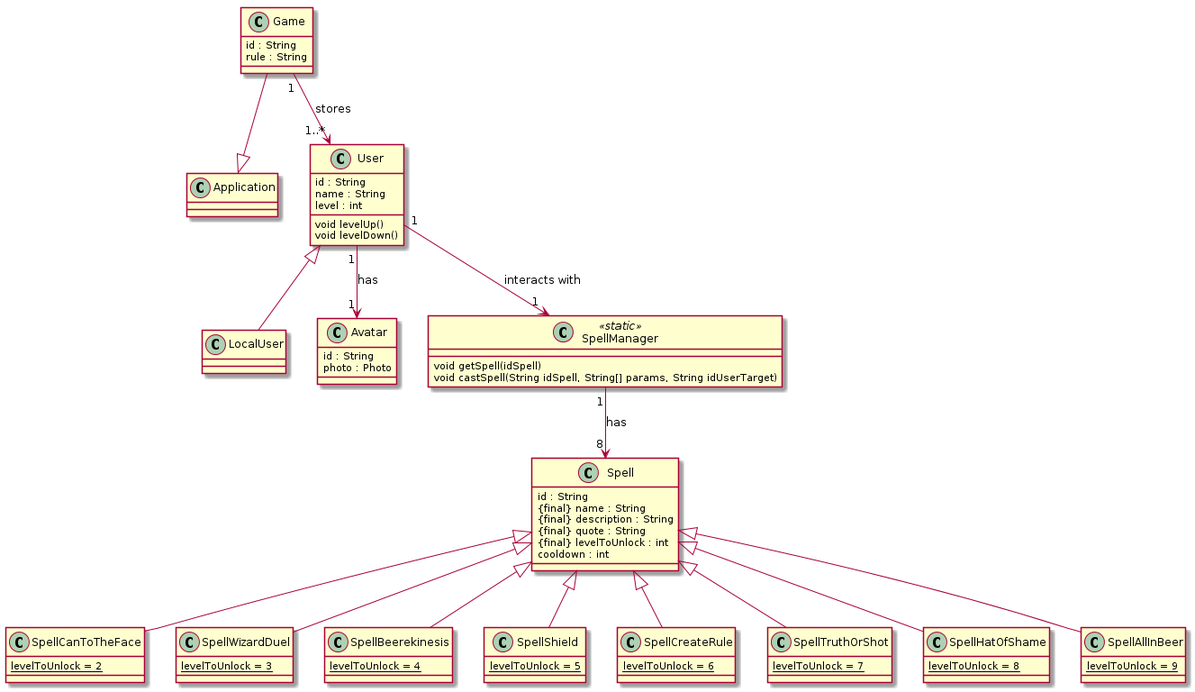
Solero93/Beer-Wizard keeps this PlantUML diagram as diagrams/class_diagram/classes.png. Above is the earlier version.
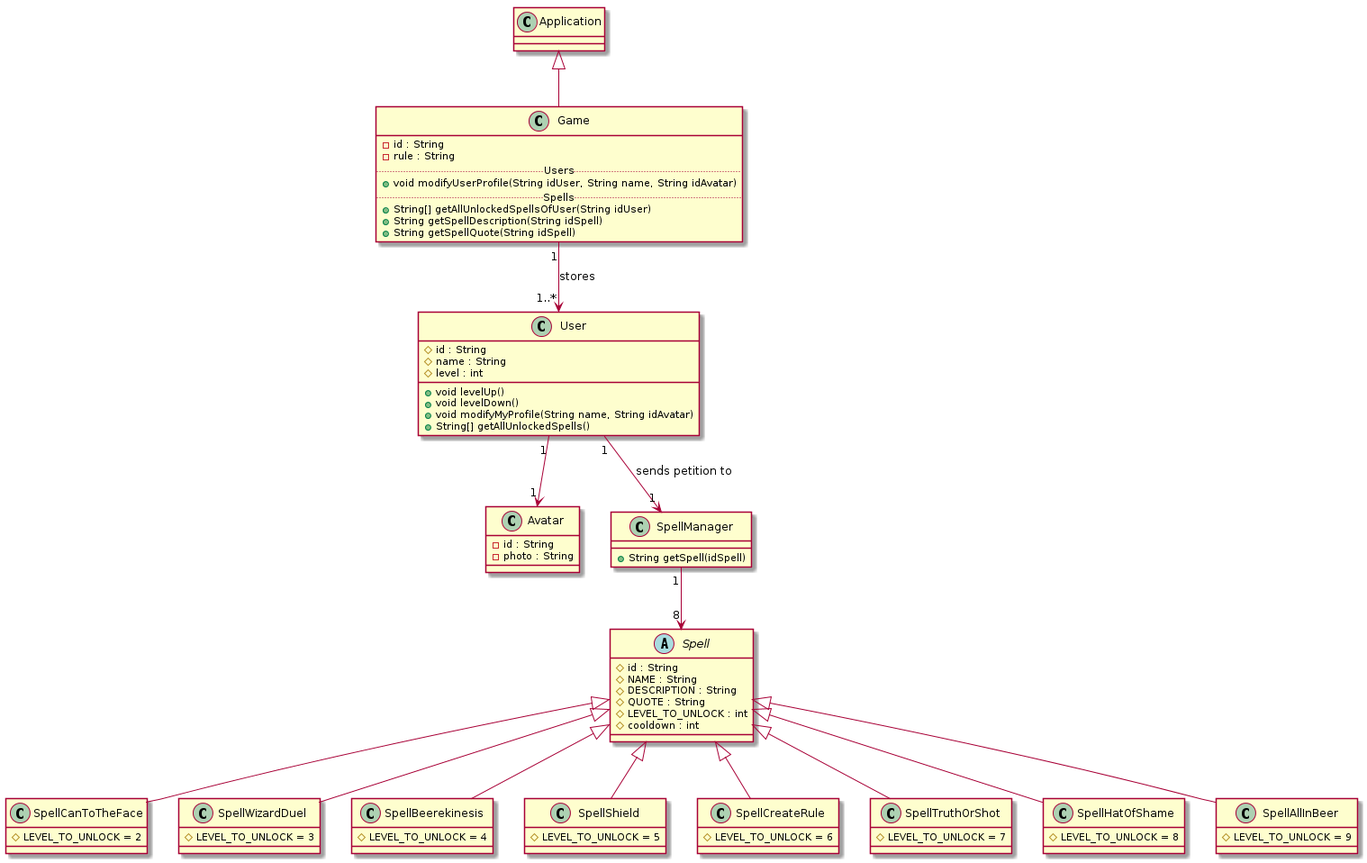
The same diagram one commit later.

Commit message:
Changed Class Diagram, added GUIFacade

The edit, as a diff of the source:
```diff
@@ -1,79 +1,80 @@
 @startuml
 
-class Game{
-	id : String
-	rule : String
+class Game extends Application{
+	-id : String
+	-rule : String
+	.. Users ..
+	+void modifyUserProfile(String idUser, String name, String idAvatar)
+	.. Spells ..
+	+String[] getAllUnlockedSpellsOfUser(String idUser)
+	+String getSpellDescription(String idSpell)
+	+String getSpellQuote(String idSpell)
 }
 
-Game --|> Application
+class User{
+	#id : String
+	#name : String
+	#level : int
 
-class User{
-	id : String
-	name : String
-	level : int
-
-	void levelUp()
-	void levelDown()
-}
-
-class LocalUser extends User{
-
+	+void levelUp()
+	+void levelDown()
+	+void modifyMyProfile(String name, String idAvatar)
+	+String[] getAllUnlockedSpells()
 }
 
 class Avatar{
-	id : String
-	photo : Photo
+	-id : String
+	-photo : String
 }
 
-class SpellManager <<static>> {
-	void getSpell(idSpell)
-	void castSpell(String idSpell, String[] params, String idUserTarget)
+class SpellManager {
+	+String getSpell(idSpell)
 }
 
-class Spell{
-	id : String
-	{final} name : String
-	{final} description : String
-	{final} quote : String
-	{final} levelToUnlock : int
-	cooldown : int
+abstract class Spell{
+	#id : String
+	#NAME : String
+	#DESCRIPTION : String
+	#QUOTE : String
+	#LEVEL_TO_UNLOCK : int
+	#cooldown : int
 }
 
 class SpellCanToTheFace extends Spell{
-	{static} levelToUnlock = 2
+	#LEVEL_TO_UNLOCK = 2
 }
 
 class SpellWizardDuel extends Spell{
-	{static} levelToUnlock = 3
+	#LEVEL_TO_UNLOCK = 3
 }
 
 class SpellBeerekinesis extends Spell{
-	{static} levelToUnlock = 4
+	#LEVEL_TO_UNLOCK = 4
 }
 
 class SpellShield extends Spell{
-	{static} levelToUnlock = 5
+	#LEVEL_TO_UNLOCK = 5
 }
 
 class SpellCreateRule extends Spell{
-	{static} levelToUnlock = 6
+	#LEVEL_TO_UNLOCK = 6
 }
 
 class SpellTruthOrShot extends Spell{
-	{static} levelToUnlock = 7
+	#LEVEL_TO_UNLOCK = 7
 }
 
 class SpellHatOfShame extends Spell{
-	{static} levelToUnlock = 8
+	#LEVEL_TO_UNLOCK = 8
 }
 
 class SpellAllInBeer extends Spell{
-	{static} levelToUnlock = 9
+	#LEVEL_TO_UNLOCK = 9
 }
 
-Game "1" --> "1..*" User : stores
-SpellManager "1" --> "8" Spell : has
-User "1" --> "1" SpellManager : interacts with
-User "1" --> "1" Avatar : has
+Game "1" --> "1..*" User: stores
+SpellManager "1" --> "8" Spell
+User "1" --> "1" SpellManager : sends petition to
+User "1" --> "1" Avatar
 
 @enduml
```
